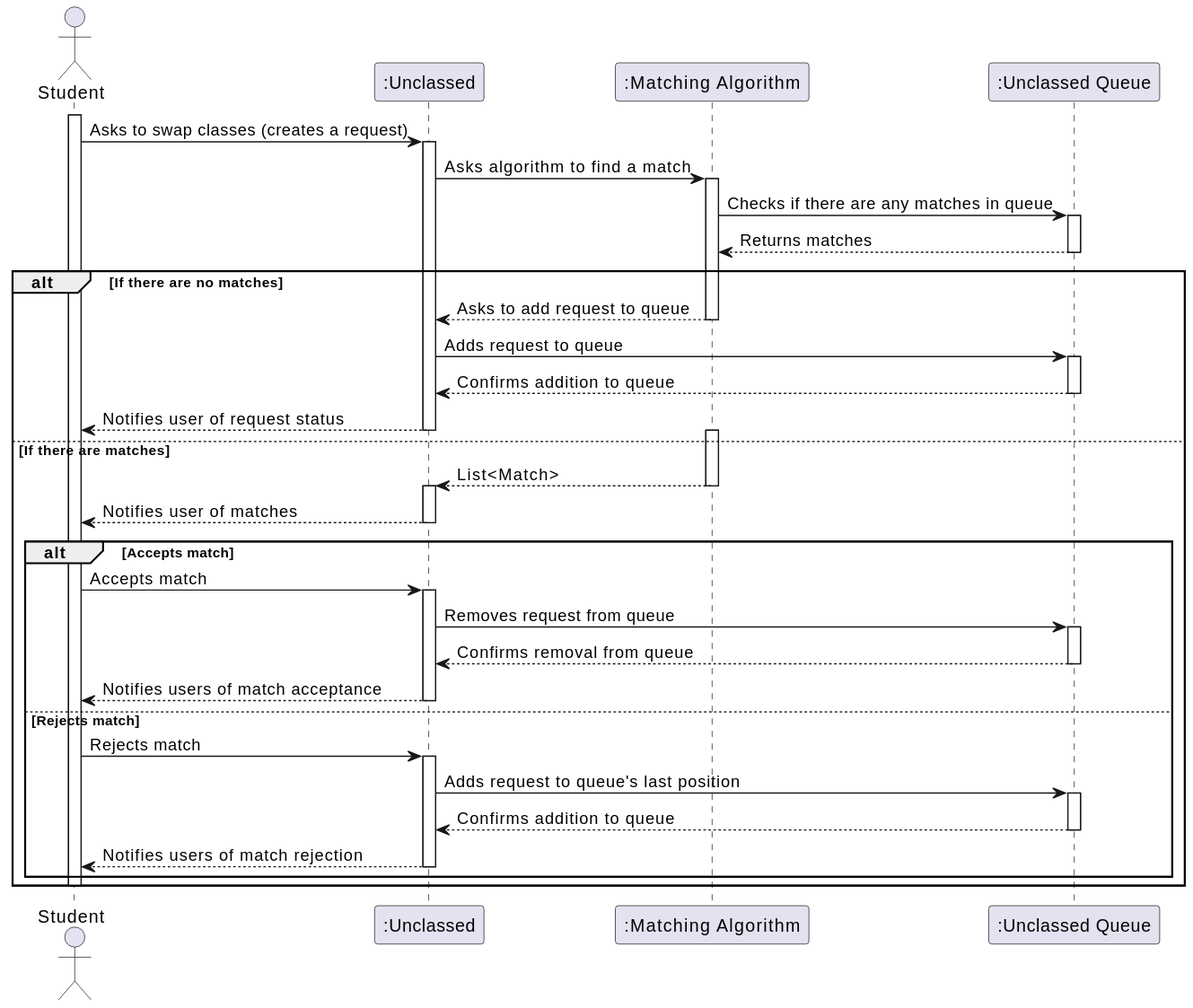
This is docs/user-workflow/svg/user-workflow.svg from Nucleo-Estudantes-Informatica-ISEP/unclassed, a PlantUML export, as it was before one commit.
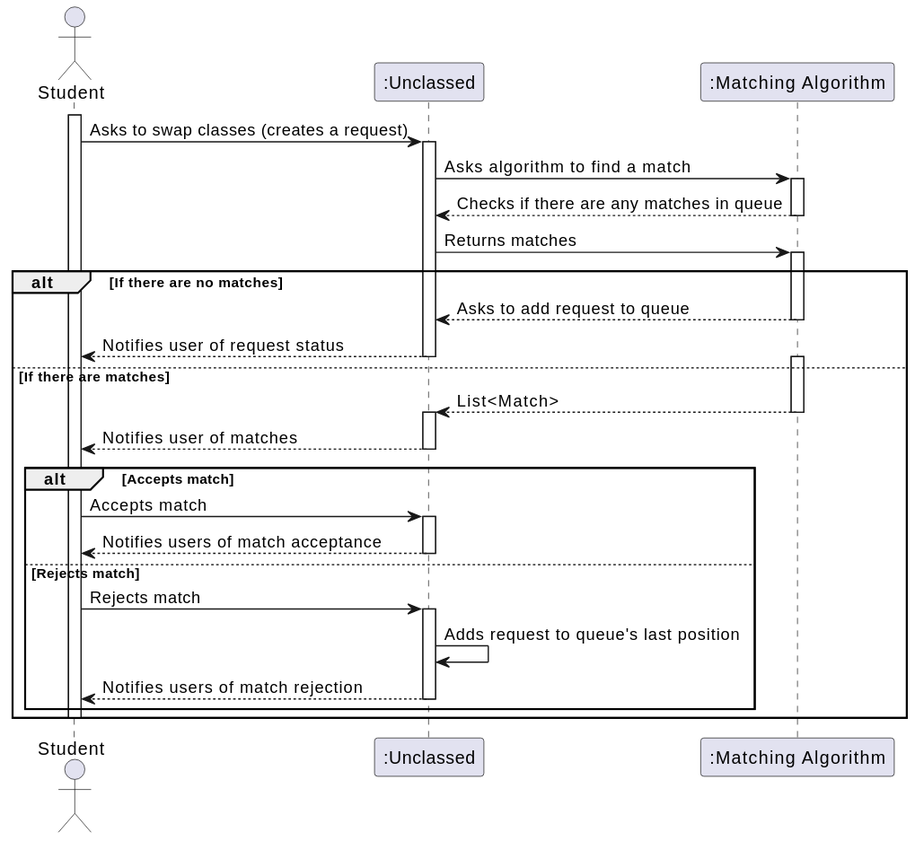
Later version of the same file.

Commit message:
upd: removed queue from sequence diagrma

Change to the diagram source:
```diff
@@ -7,7 +7,6 @@
 
 participant ":Unclassed" as System
 participant ":Matching Algorithm" as Algorithm
-participant ":Unclassed Queue" as Queue
 
 activate User
 
@@ -19,27 +18,19 @@
 
         activate Algorithm
 
-            Algorithm -> Queue : Checks if there are any matches in queue
+            Algorithm --> System : Checks if there are any matches in queue
 
-            activate Queue
+        deactivate Algorithm
 
-                Queue --> Algorithm : Returns matches
+        System -> Algorithm : Returns matches
 
-            deactivate Queue
+        activate Algorithm
 
             alt If there are no matches
 
                 Algorithm --> System : Asks to add request to queue
 
                 deactivate Algorithm
-
-                System -> Queue : Adds request to queue
-
-                activate Queue
-
-                    Queue --> System : Confirms addition to queue
-
-                deactivate Queue
 
                 System --> User : Notifies user of request status
 
@@ -64,14 +55,6 @@
 
                                 activate System
 
-                                    System -> Queue : Removes request from queue
-
-                                    activate Queue
-
-                                        Queue --> System : Confirms removal from queue
-
-                                    deactivate Queue
-
                                     System --> User : Notifies users of match acceptance
 
                                 deactivate System
@@ -82,13 +65,7 @@
 
                             activate System
 
-                                System -> Queue : Adds request to queue's last position
-
-                                activate Queue
-
-                                    Queue --> System : Confirms addition to queue
-
-                                deactivate Queue
+                                System -> System : Adds request to queue's last position
 
                                 System --> User : Notifies users of match rejection
 
```
